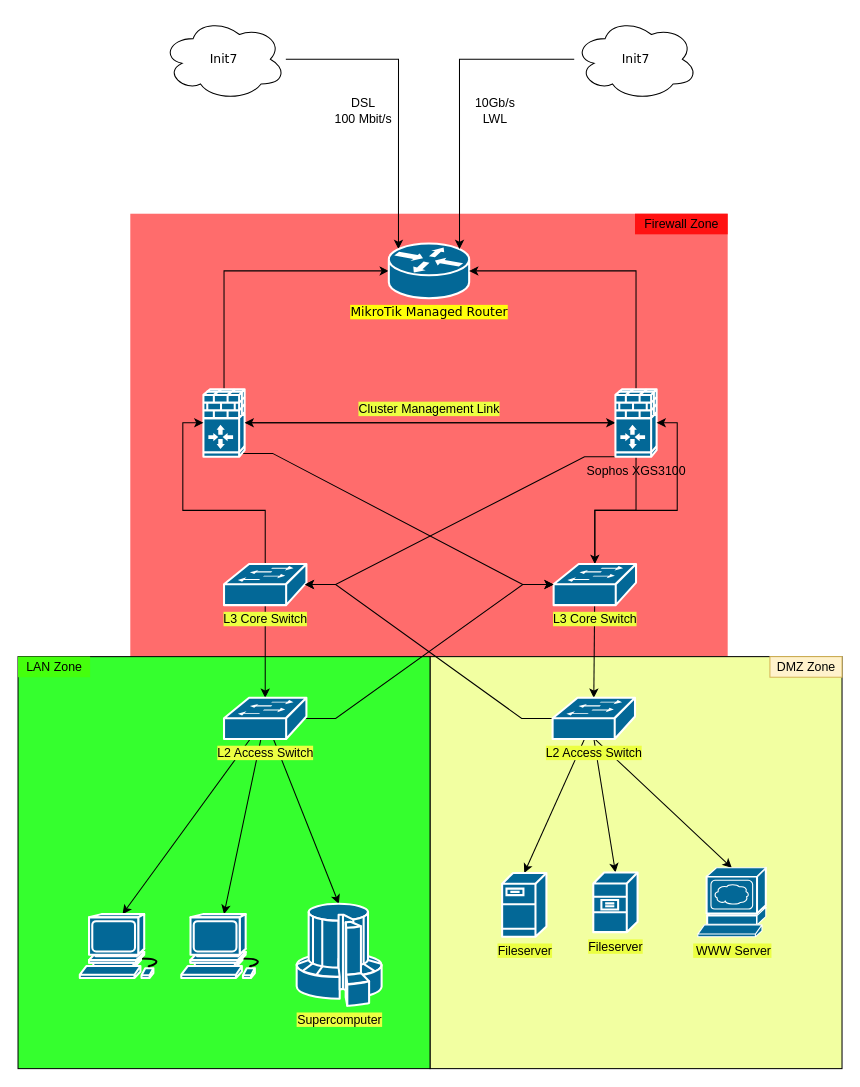
This is Untitled Diagram.drawio from DarkHor53/testin121, a draw.io file, before an edit. Source tidied: cells renumbered, new cells numbered last; positions are measured from the earlier drawing's top-left corner, leaving out a move shared by most shapes. Both pictures are drawn from the tidied source at 103%, with x=0, y=0 at pixel (18, 18).
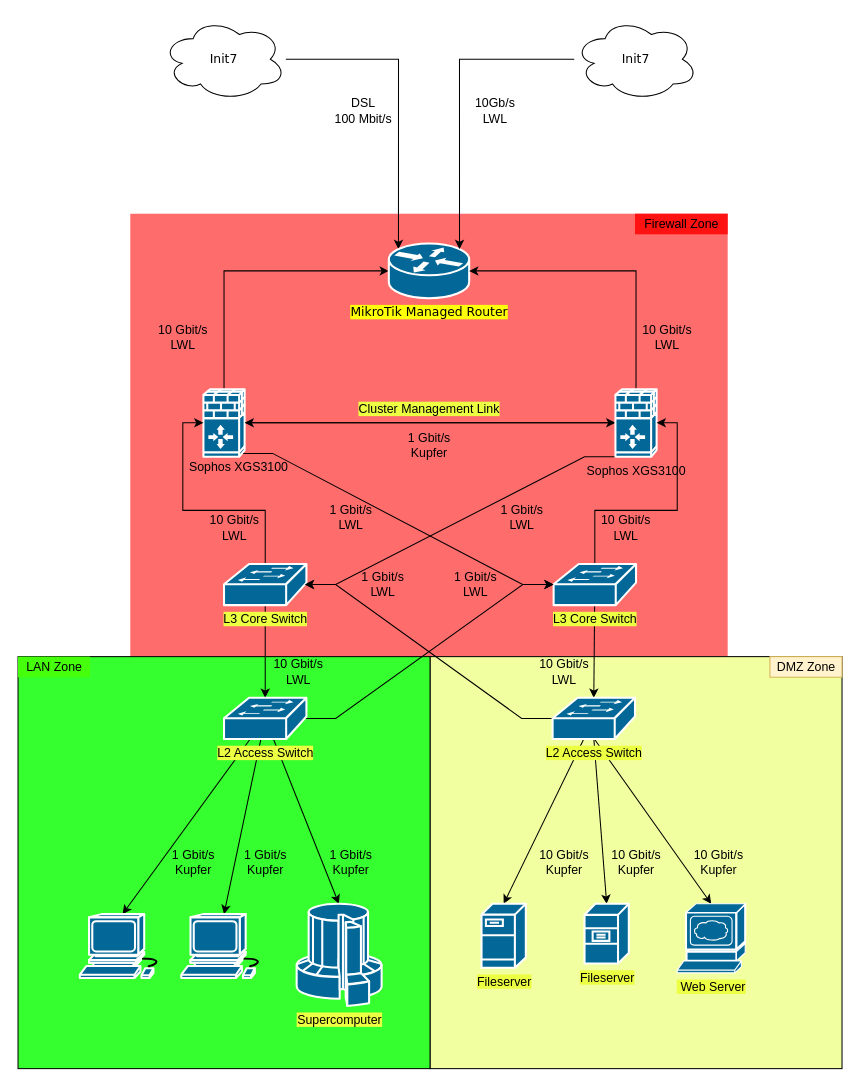
After the change.

Unchanged cells that the change refers to:
```xml
<mxCell id="14" value="&lt;span style=&quot;font-family: Helvetica;&quot;&gt;Sophos XGS3100&lt;/span&gt;" style="shape=mxgraph.cisco.security.ios_firewall;html=1;dashed=0;fillColor=#036897;strokeColor=#ffffff;strokeWidth=2;verticalLabelPosition=bottom;verticalAlign=top;rounded=0;shadow=0;comic=0;fontFamily=Verdana;fontSize=12;" parent="1" vertex="1">
  <mxGeometry x="580" y="360" width="40" height="66" as="geometry" />
</mxCell>
<mxCell id="24" value="L3 Core Switch" style="shape=mxgraph.cisco.switches.workgroup_switch;sketch=0;html=1;dashed=0;fillColor=#036897;strokeColor=#ffffff;strokeWidth=2;verticalLabelPosition=bottom;verticalAlign=top;align=center;outlineConnect=0;labelBackgroundColor=#ECFF42;" parent="1" vertex="1">
  <mxGeometry x="520" y="530" width="80" height="40" as="geometry" />
</mxCell>
```

Diff of the diagram source:
```diff
@@
-<mxGraphModel>
+<mxGraphModel background="#FFFFFF">
@@
-    <mxCell id="13" style="edgeStyle=orthogonalEdgeStyle;rounded=0;jettySize=auto;html=1;" parent="1" edge="1" source="14" target="24">
-      <mxGeometry relative="1" as="geometry" />
-    </mxCell>
@@
     <mxCell id="39" value="Fileserver" style="shape=mxgraph.cisco.servers.fileserver;sketch=0;html=1;dashed=0;fillColor=#036897;strokeColor=#ffffff;strokeWidth=2;verticalLabelPosition=bottom;verticalAlign=top;align=center;outlineConnect=0;labelBackgroundColor=#ECFF42;" parent="1" vertex="1">
-      <mxGeometry x="470" y="830" width="43" height="62" as="geometry" />
+      <mxGeometry x="450" y="860" width="43" height="62" as="geometry" />
     </mxCell>
     <mxCell id="40" value="Fileserver" style="shape=mxgraph.cisco.servers.file_server;sketch=0;html=1;dashed=0;fillColor=#036897;strokeColor=#ffffff;strokeWidth=2;verticalLabelPosition=bottom;verticalAlign=top;align=center;outlineConnect=0;labelBackgroundColor=#ECFF42;" parent="1" vertex="1">
-      <mxGeometry x="558.5" y="829.5" width="43" height="58" as="geometry" />
+      <mxGeometry x="550" y="860" width="43" height="58" as="geometry" />
     </mxCell>
-    <mxCell id="41" value="&amp;nbsp;WWW Server" style="shape=mxgraph.cisco.servers.www_server;sketch=0;html=1;dashed=0;fillColor=#036897;strokeColor=#ffffff;strokeWidth=2;verticalLabelPosition=bottom;verticalAlign=top;align=center;outlineConnect=0;labelBackgroundColor=#ECFF42;" parent="1" vertex="1">
-      <mxGeometry x="660" y="825" width="66" height="67" as="geometry" />
+    <mxCell id="41" value="&amp;nbsp;Web Server" style="shape=mxgraph.cisco.servers.www_server;sketch=0;html=1;dashed=0;fillColor=#036897;strokeColor=#ffffff;strokeWidth=2;verticalLabelPosition=bottom;verticalAlign=top;align=center;outlineConnect=0;labelBackgroundColor=#ECFF42;" parent="1" vertex="1">
+      <mxGeometry x="640" y="860" width="66" height="67" as="geometry" />
     </mxCell>
@@
+    <mxCell id="47" value="10 Gbit/s&lt;br&gt;LWL" style="text;html=1;align=center;verticalAlign=middle;strokeColor=none;fillColor=none;" parent="1" vertex="1">
+      <mxGeometry x="130" y="295" width="60" height="30" as="geometry" />
+    </mxCell>
+    <mxCell id="48" value="Sophos XGS3100" style="text;html=1;align=center;verticalAlign=middle;strokeColor=none;fillColor=none;" parent="1" vertex="1">
+      <mxGeometry x="158.5" y="426" width="110" height="20" as="geometry" />
+    </mxCell>
+    <mxCell id="49" value="1 Gbit/s&lt;br&gt;Kupfer" style="text;html=1;align=center;verticalAlign=middle;strokeColor=none;fillColor=none;" parent="1" vertex="1">
+      <mxGeometry x="369" y="400" width="60" height="30" as="geometry" />
+    </mxCell>
+    <mxCell id="50" value="10 Gbit/s&lt;br&gt;LWL" style="text;html=1;align=center;verticalAlign=middle;strokeColor=none;fillColor=none;" parent="1" vertex="1">
+      <mxGeometry x="600" y="295" width="60" height="30" as="geometry" />
+    </mxCell>
+    <mxCell id="51" value="10 Gbit/s&lt;br&gt;LWL" style="text;html=1;align=center;verticalAlign=middle;strokeColor=none;fillColor=none;" parent="1" vertex="1">
+      <mxGeometry x="241.5" y="620" width="60" height="30" as="geometry" />
+    </mxCell>
+    <mxCell id="52" value="10 Gbit/s&lt;br&gt;LWL" style="text;html=1;align=center;verticalAlign=middle;strokeColor=none;fillColor=none;" parent="1" vertex="1">
+      <mxGeometry x="500" y="620" width="60" height="30" as="geometry" />
+    </mxCell>
+    <mxCell id="53" value="1 Gbit/s&lt;br&gt;Kupfer" style="text;html=1;align=center;verticalAlign=middle;strokeColor=none;fillColor=none;" parent="1" vertex="1">
+      <mxGeometry x="140" y="805" width="60" height="30" as="geometry" />
+    </mxCell>
+    <mxCell id="54" value="1 Gbit/s&lt;br&gt;Kupfer" style="text;html=1;align=center;verticalAlign=middle;strokeColor=none;fillColor=none;" parent="1" vertex="1">
+      <mxGeometry x="210" y="805" width="60" height="30" as="geometry" />
+    </mxCell>
+    <mxCell id="55" value="1 Gbit/s&lt;br&gt;Kupfer" style="text;html=1;align=center;verticalAlign=middle;strokeColor=none;fillColor=none;" parent="1" vertex="1">
+      <mxGeometry x="293" y="805" width="60" height="30" as="geometry" />
+    </mxCell>
+    <mxCell id="56" value="10 Gbit/s&lt;br&gt;Kupfer" style="text;html=1;align=center;verticalAlign=middle;strokeColor=none;fillColor=none;" parent="1" vertex="1">
+      <mxGeometry x="500" y="805" width="60" height="30" as="geometry" />
+    </mxCell>
+    <mxCell id="57" value="10 Gbit/s&lt;br&gt;Kupfer" style="text;html=1;align=center;verticalAlign=middle;strokeColor=none;fillColor=none;" parent="1" vertex="1">
+      <mxGeometry x="570" y="805" width="60" height="30" as="geometry" />
+    </mxCell>
+    <mxCell id="58" value="10 Gbit/s&lt;br&gt;Kupfer" style="text;html=1;align=center;verticalAlign=middle;strokeColor=none;fillColor=none;" parent="1" vertex="1">
+      <mxGeometry x="650" y="805" width="60" height="30" as="geometry" />
+    </mxCell>
+    <mxCell id="59" value="10 Gbit/s&lt;br&gt;LWL" style="text;html=1;align=center;verticalAlign=middle;strokeColor=none;fillColor=none;" parent="1" vertex="1">
+      <mxGeometry x="560" y="480" width="60" height="30" as="geometry" />
+    </mxCell>
+    <mxCell id="60" value="10 Gbit/s&lt;br&gt;LWL" style="text;html=1;align=center;verticalAlign=middle;strokeColor=none;fillColor=none;" parent="1" vertex="1">
+      <mxGeometry x="180" y="480" width="60" height="30" as="geometry" />
+    </mxCell>
+    <mxCell id="61" value="1 Gbit/s&lt;br&gt;LWL" style="text;html=1;align=center;verticalAlign=middle;strokeColor=none;fillColor=none;" parent="1" vertex="1">
+      <mxGeometry x="459" y="470" width="60" height="30" as="geometry" />
+    </mxCell>
+    <mxCell id="62" value="1 Gbit/s&lt;br&gt;LWL" style="text;html=1;align=center;verticalAlign=middle;strokeColor=none;fillColor=none;" parent="1" vertex="1">
+      <mxGeometry x="293" y="470" width="60" height="30" as="geometry" />
+    </mxCell>
+    <mxCell id="63" value="1 Gbit/s&lt;br&gt;LWL" style="text;html=1;align=center;verticalAlign=middle;strokeColor=none;fillColor=none;" parent="1" vertex="1">
+      <mxGeometry x="324" y="535" width="60" height="30" as="geometry" />
+    </mxCell>
+    <mxCell id="64" value="1 Gbit/s&lt;br&gt;LWL" style="text;html=1;align=center;verticalAlign=middle;strokeColor=none;fillColor=none;" parent="1" vertex="1">
+      <mxGeometry x="414" y="535" width="60" height="30" as="geometry" />
+    </mxCell>
```
